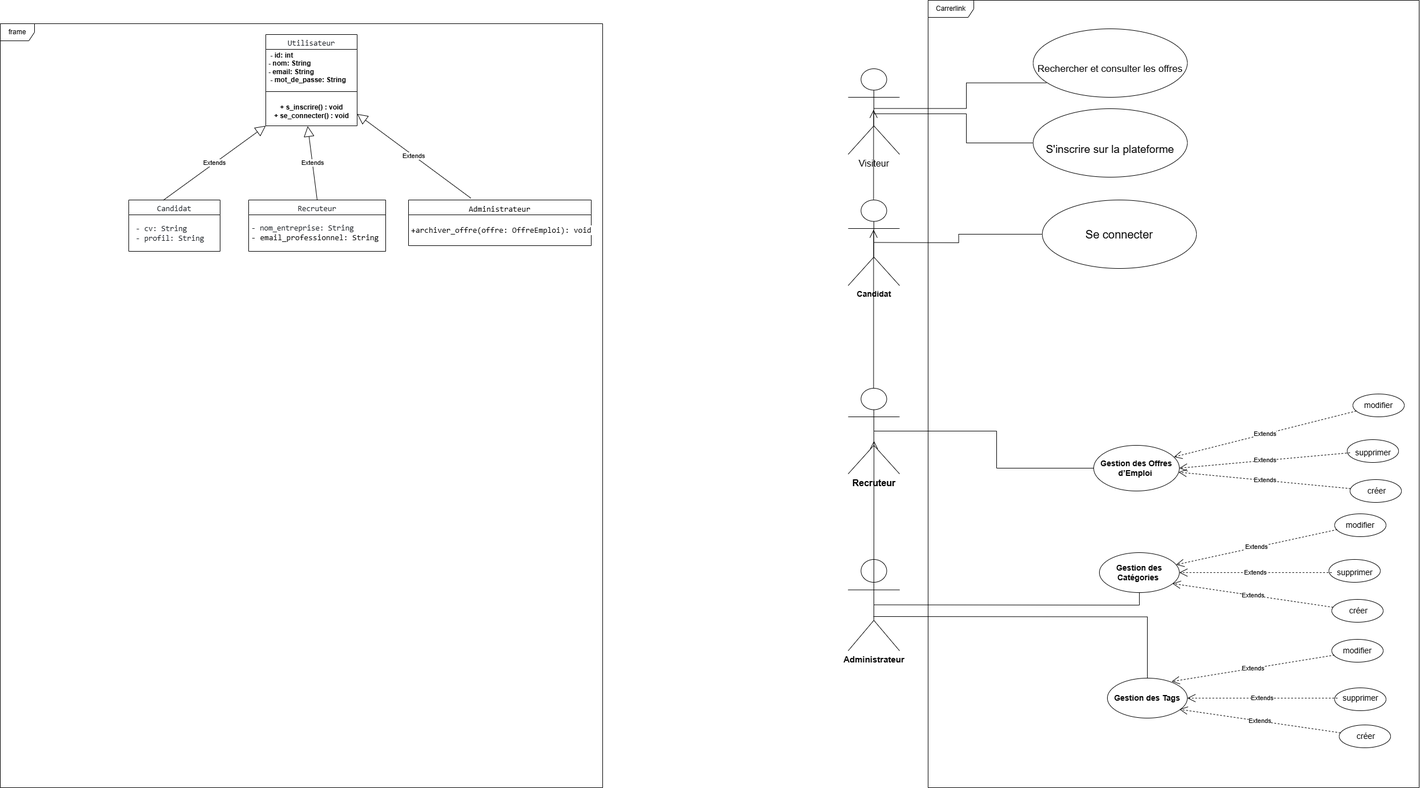
This is CareerLink.drawio.png from mohamedm999/CareerLink, a draw.io export, as it was before one commit. Source tidied: cells renumbered, new cells last; positions are measured from the earlier drawing's top-left corner, leaving out a move shared by most shapes.
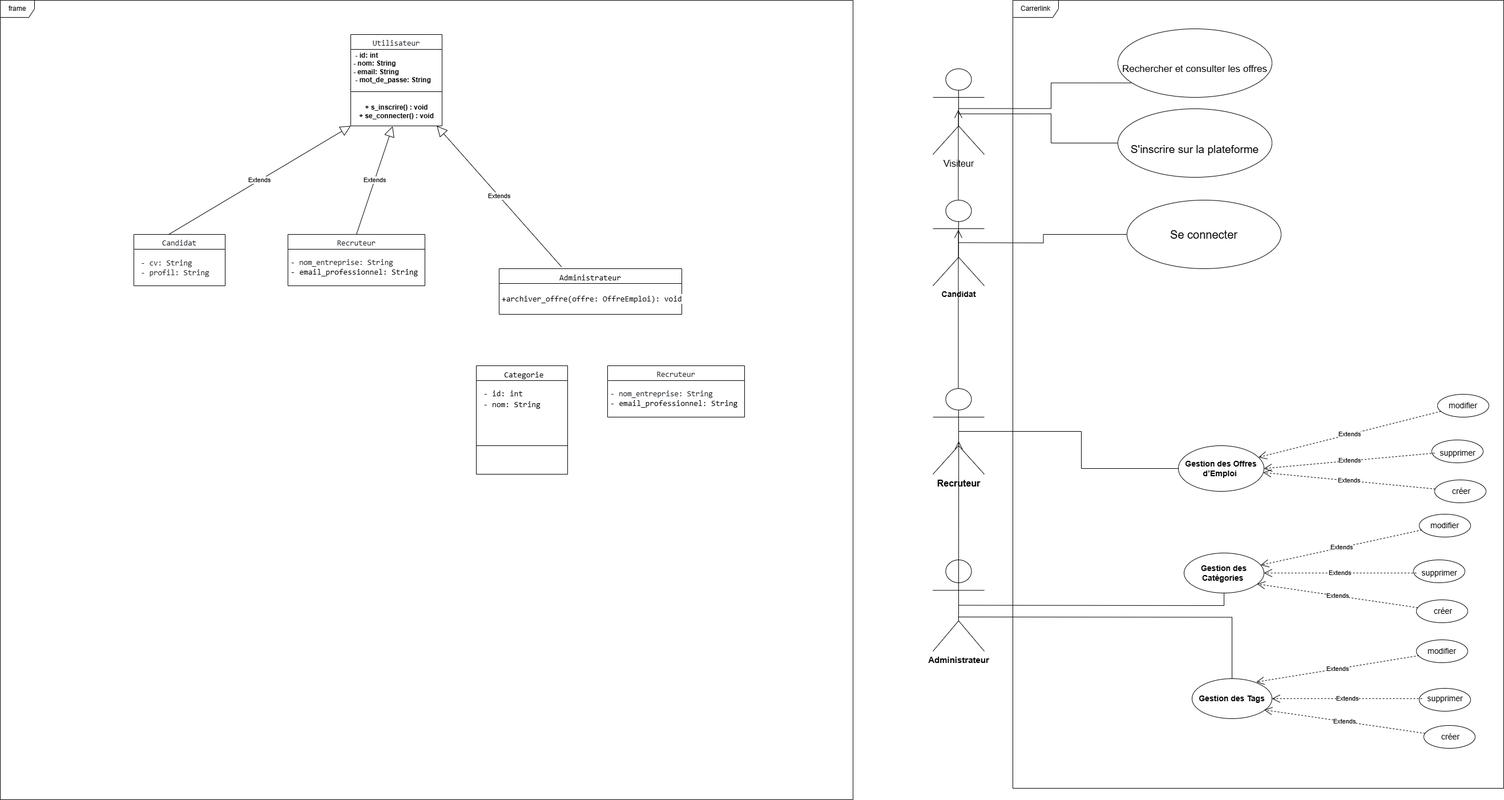
After the change.

Change to the diagram source:
```diff
@@ -139,7 +139,7 @@
       </mxGeometry>
     </mxCell>
     <mxCell id="43" value="frame" style="shape=umlFrame;whiteSpace=wrap;html=1;" parent="1" vertex="1">
-      <mxGeometry y="41" width="1055" height="1339" as="geometry" />
+      <mxGeometry x="-149" width="1494" height="1400" as="geometry" />
     </mxCell>
     <mxCell id="44" value="&lt;span style=&quot;color: rgb(31, 35, 40); font-family: ui-monospace, SFMono-Regular, &amp;quot;SF Mono&amp;quot;, Menlo, Consolas, &amp;quot;Liberation Mono&amp;quot;, monospace; font-size: 13.6px; font-weight: 400; text-align: start; white-space: pre; background-color: rgb(255, 255, 255);&quot;&gt;Utilisateur&lt;/span&gt;" style="swimlane;fontStyle=1;align=center;verticalAlign=top;horizontal=1;startSize=26;whiteSpace=wrap;html=1;" parent="1" vertex="1">
       <mxGeometry x="465" y="60" width="160" height="160" as="geometry" />
@@ -154,19 +154,19 @@
       <mxGeometry y="110" width="160" height="50" as="geometry" />
     </mxCell>
     <mxCell id="48" value="&lt;div style=&quot;text-align: start;&quot;&gt;&lt;span style=&quot;color: rgb(31, 35, 40); font-family: ui-monospace, SFMono-Regular, &amp;quot;SF Mono&amp;quot;, Menlo, Consolas, &amp;quot;Liberation Mono&amp;quot;, monospace; font-size: 13.6px; font-weight: 400; white-space: pre; background-color: rgb(255, 255, 255);&quot;&gt;Candidat&lt;/span&gt;&lt;/div&gt;" style="swimlane;fontStyle=1;align=center;verticalAlign=top;horizontal=1;startSize=26;whiteSpace=wrap;html=1;" parent="1" vertex="1">
-      <mxGeometry x="225" y="350" width="160" height="90" as="geometry" />
+      <mxGeometry x="85" y="410" width="160" height="90" as="geometry" />
     </mxCell>
     <mxCell id="49" value="&lt;span style=&quot;color: rgb(31, 35, 40); font-family: ui-monospace, SFMono-Regular, &amp;quot;SF Mono&amp;quot;, Menlo, Consolas, &amp;quot;Liberation Mono&amp;quot;, monospace; font-size: 13.6px; font-weight: 400; white-space-collapse: preserve; background-color: rgb(255, 255, 255);&quot;&gt; - cv: String&lt;/span&gt;&lt;div&gt;&lt;span style=&quot;color: rgb(31, 35, 40); font-family: ui-monospace, SFMono-Regular, &amp;quot;SF Mono&amp;quot;, Menlo, Consolas, &amp;quot;Liberation Mono&amp;quot;, monospace; font-size: 13.6px; font-weight: 400; white-space-collapse: preserve; background-color: rgb(255, 255, 255);&quot;&gt; - profil: String&lt;/span&gt;&lt;span style=&quot;color: rgb(31, 35, 40); font-family: ui-monospace, SFMono-Regular, &amp;quot;SF Mono&amp;quot;, Menlo, Consolas, &amp;quot;Liberation Mono&amp;quot;, monospace; font-size: 13.6px; font-weight: 400; white-space-collapse: preserve; background-color: rgb(255, 255, 255);&quot;&gt;&lt;/span&gt;&lt;/div&gt;" style="text;align=left;fontStyle=1;verticalAlign=middle;spacingLeft=3;spacingRight=3;strokeColor=none;html=1;" parent="48" vertex="1">
       <mxGeometry y="26" width="160" height="64" as="geometry" />
     </mxCell>
     <mxCell id="50" value="&lt;div style=&quot;text-align: start;&quot;&gt;&lt;span style=&quot;color: rgb(31, 35, 40); font-family: ui-monospace, SFMono-Regular, &amp;quot;SF Mono&amp;quot;, Menlo, Consolas, &amp;quot;Liberation Mono&amp;quot;, monospace; font-size: 13.6px; font-weight: 400; white-space: pre; background-color: rgb(255, 255, 255);&quot;&gt;Recruteur&lt;/span&gt;&lt;/div&gt;" style="swimlane;fontStyle=1;align=center;verticalAlign=top;horizontal=1;startSize=26;whiteSpace=wrap;html=1;" parent="1" vertex="1">
-      <mxGeometry x="435" y="350" width="240" height="90" as="geometry" />
+      <mxGeometry x="355" y="410" width="240" height="90" as="geometry" />
     </mxCell>
     <mxCell id="51" value="&lt;span style=&quot;color: rgb(31, 35, 40); font-family: ui-monospace, SFMono-Regular, &amp;quot;SF Mono&amp;quot;, Menlo, Consolas, &amp;quot;Liberation Mono&amp;quot;, monospace; font-size: 13.6px; font-weight: 400; white-space-collapse: preserve; background-color: rgb(255, 255, 255);&quot;&gt;- nom_entreprise: String&lt;/span&gt;&lt;div&gt;&lt;span style=&quot;font-family: ui-monospace, SFMono-Regular, &amp;quot;SF Mono&amp;quot;, Menlo, Consolas, &amp;quot;Liberation Mono&amp;quot;, monospace; font-size: 13.6px; font-weight: 400; white-space-collapse: preserve; background-color: rgb(255, 255, 255);&quot;&gt;&lt;div style=&quot;font-family: Consolas, &amp;quot;Courier New&amp;quot;, monospace; font-size: 14px; line-height: 19px;&quot;&gt;&lt;font style=&quot;color: rgb(0, 0, 0);&quot;&gt;- email_professionnel: String&lt;/font&gt;&lt;/div&gt;&lt;/span&gt;&lt;/div&gt;" style="text;align=left;fontStyle=1;verticalAlign=middle;spacingLeft=3;spacingRight=3;strokeColor=none;html=1;" parent="50" vertex="1">
       <mxGeometry y="26" width="240" height="64" as="geometry" />
     </mxCell>
     <mxCell id="52" value="&lt;div style=&quot;text-align: start;&quot;&gt;&lt;div style=&quot;font-family: Consolas, &amp;quot;Courier New&amp;quot;, monospace; font-weight: normal; font-size: 14px; line-height: 19px; white-space: pre;&quot;&gt;&lt;font style=&quot;color: rgb(0, 0, 0); background-color: rgb(255, 255, 255);&quot;&gt;Administrateur&lt;/font&gt;&lt;/div&gt;&lt;/div&gt;" style="swimlane;fontStyle=1;align=center;verticalAlign=top;horizontal=1;startSize=26;whiteSpace=wrap;html=1;" parent="1" vertex="1">
-      <mxGeometry x="715" y="350" width="320" height="80" as="geometry" />
+      <mxGeometry x="725" y="470" width="320" height="80" as="geometry" />
     </mxCell>
     <mxCell id="53" value="&lt;div style=&quot;font-family: Consolas, &amp;quot;Courier New&amp;quot;, monospace; font-weight: normal; font-size: 14px; line-height: 19px; white-space-collapse: preserve;&quot;&gt;&lt;span style=&quot;background-color: rgb(255, 255, 255);&quot;&gt;&lt;font style=&quot;color: rgb(0, 0, 0);&quot;&gt;+archiver_offre(offre: OffreEmploi): void&lt;/font&gt;&lt;/span&gt;&lt;/div&gt;" style="text;align=left;fontStyle=1;verticalAlign=middle;spacingLeft=3;spacingRight=3;strokeColor=none;html=1;" parent="52" vertex="1">
       <mxGeometry y="26" width="320" height="54" as="geometry" />
@@ -180,5 +180,20 @@
     <mxCell id="56" value="Extends" style="endArrow=block;endSize=16;endFill=0;html=1;rounded=0;exitX=0.342;exitY=-0.038;exitDx=0;exitDy=0;exitPerimeter=0;" parent="1" edge="1" source="52" target="44">
       <mxGeometry relative="1" as="geometry" />
     </mxCell>
+    <mxCell id="57" value="&lt;div style=&quot;text-align: start;&quot;&gt;&lt;div style=&quot;font-family: Consolas, &amp;quot;Courier New&amp;quot;, monospace; font-weight: normal; font-size: 14px; line-height: 19px; white-space: pre;&quot;&gt;&lt;div style=&quot;line-height: 19px;&quot;&gt;&lt;font style=&quot;color: rgb(0, 0, 0);&quot;&gt;&amp;nbsp;Categorie&lt;/font&gt;&lt;/div&gt;&lt;/div&gt;&lt;/div&gt;" style="swimlane;fontStyle=1;align=center;verticalAlign=top;horizontal=1;startSize=26;whiteSpace=wrap;html=1;" parent="1" vertex="1">
+      <mxGeometry x="685" y="640" width="160" height="190" as="geometry" />
+    </mxCell>
+    <mxCell id="58" value="&lt;div style=&quot;font-family: Consolas, &amp;quot;Courier New&amp;quot;, monospace; font-weight: normal; font-size: 14px; line-height: 19px; white-space-collapse: preserve;&quot;&gt;&lt;div style=&quot;&quot;&gt;&lt;span style=&quot;background-color: rgb(255, 255, 255);&quot;&gt;&lt;font style=&quot;color: rgb(0, 0, 0);&quot;&gt; - id: int &lt;/font&gt;&lt;/span&gt;&lt;/div&gt;&lt;div style=&quot;&quot;&gt;&lt;span style=&quot;background-color: rgb(255, 255, 255);&quot;&gt;&lt;font style=&quot;color: rgb(0, 0, 0);&quot;&gt; - nom: String&lt;/font&gt;&lt;/span&gt;&lt;/div&gt;&lt;/div&gt;" style="text;align=left;fontStyle=1;verticalAlign=middle;spacingLeft=3;spacingRight=3;strokeColor=none;html=1;" parent="57" vertex="1">
+      <mxGeometry y="26" width="160" height="64" as="geometry" />
+    </mxCell>
+    <mxCell id="59" style="line;strokeWidth=1;fillColor=none;align=left;verticalAlign=middle;spacingTop=-1;spacingLeft=3;spacingRight=3;labelPosition=right;strokeColor=inherit;" parent="57" vertex="1">
+      <mxGeometry y="90" width="160" height="100" as="geometry" />
+    </mxCell>
+    <mxCell id="60" value="&lt;div style=&quot;text-align: start;&quot;&gt;&lt;span style=&quot;color: rgb(31, 35, 40); font-family: ui-monospace, SFMono-Regular, &amp;quot;SF Mono&amp;quot;, Menlo, Consolas, &amp;quot;Liberation Mono&amp;quot;, monospace; font-size: 13.6px; font-weight: 400; white-space: pre; background-color: rgb(255, 255, 255);&quot;&gt;Recruteur&lt;/span&gt;&lt;/div&gt;" style="swimlane;fontStyle=1;align=center;verticalAlign=top;horizontal=1;startSize=26;whiteSpace=wrap;html=1;" parent="1" vertex="1">
+      <mxGeometry x="915" y="640" width="240" height="90" as="geometry" />
+    </mxCell>
+    <mxCell id="61" value="&lt;span style=&quot;color: rgb(31, 35, 40); font-family: ui-monospace, SFMono-Regular, &amp;quot;SF Mono&amp;quot;, Menlo, Consolas, &amp;quot;Liberation Mono&amp;quot;, monospace; font-size: 13.6px; font-weight: 400; white-space-collapse: preserve; background-color: rgb(255, 255, 255);&quot;&gt;- nom_entreprise: String&lt;/span&gt;&lt;div&gt;&lt;span style=&quot;font-family: ui-monospace, SFMono-Regular, &amp;quot;SF Mono&amp;quot;, Menlo, Consolas, &amp;quot;Liberation Mono&amp;quot;, monospace; font-size: 13.6px; font-weight: 400; white-space-collapse: preserve; background-color: rgb(255, 255, 255);&quot;&gt;&lt;div style=&quot;font-family: Consolas, &amp;quot;Courier New&amp;quot;, monospace; font-size: 14px; line-height: 19px;&quot;&gt;&lt;font style=&quot;color: rgb(0, 0, 0);&quot;&gt;- email_professionnel: String&lt;/font&gt;&lt;/div&gt;&lt;/span&gt;&lt;/div&gt;" style="text;align=left;fontStyle=1;verticalAlign=middle;spacingLeft=3;spacingRight=3;strokeColor=none;html=1;" parent="60" vertex="1">
+      <mxGeometry y="26" width="240" height="64" as="geometry" />
+    </mxCell>
   </root>
 </mxGraphModel>
```
